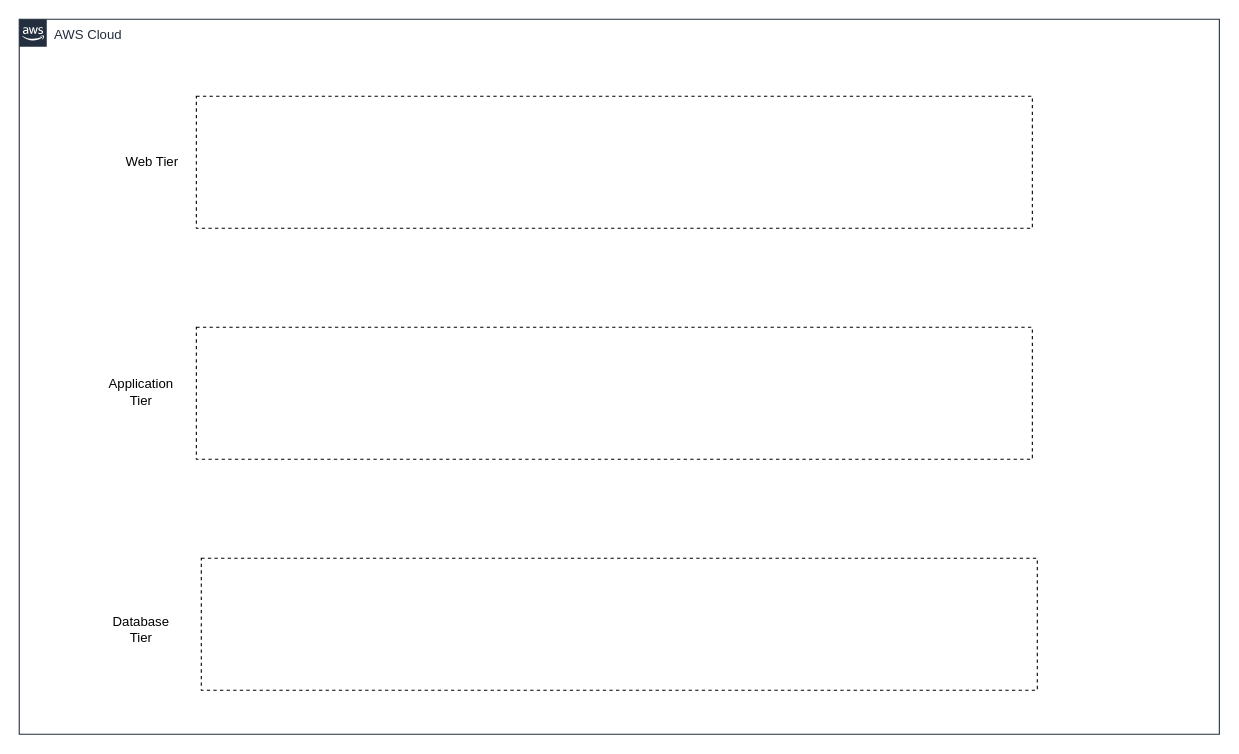
Above: Art Shack.drawio in lukester177/ESOF-322 (draw.io), before the change. Source tidied: cells renumbered, new cells numbered last; positions are measured from the earlier drawing's top-left corner, leaving out a move shared by most shapes. Both pictures are drawn from the tidied source at 110%, with x=0, y=0 at pixel (19, 19).
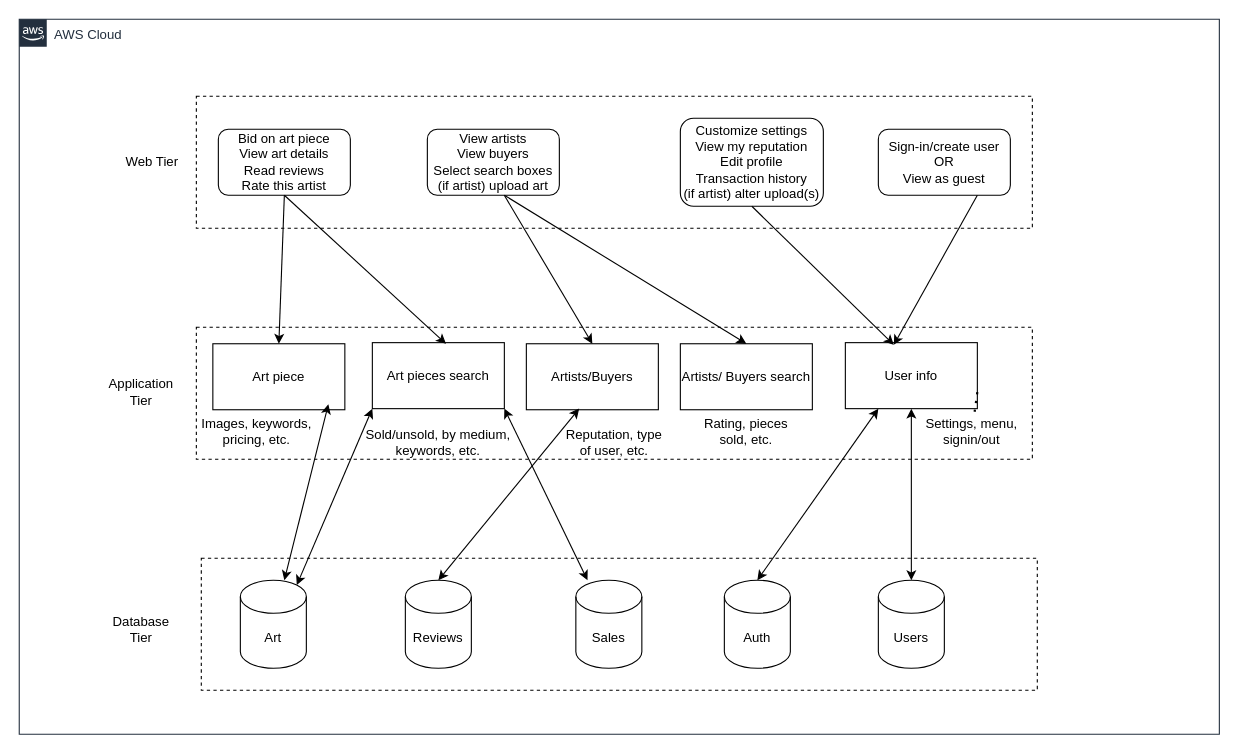
The same page after the edit.

Unchanged cells that the change refers to:
```xml
<mxCell id="2" value="AWS Cloud" style="gradientColor=none;html=1;whiteSpace=wrap;fontSize=12;fontStyle=0;shape=mxgraph.aws4.group;grIcon=mxgraph.aws4.group_aws_cloud_alt;strokeColor=#232F3E;fillColor=none;verticalAlign=top;align=left;spacingLeft=30;fontColor=#232F3E;dashed=0;labelBackgroundColor=#ffffff;" parent="1" vertex="1">
  <mxGeometry width="1091" height="650" as="geometry" />
</mxCell>
<mxCell id="3" style="rounded=0;whiteSpace=wrap;html=1;labelBackgroundColor=none;fillColor=none;dashed=1;" parent="2" vertex="1">
  <mxGeometry x="165.5" y="490" width="760" height="120" as="geometry" />
</mxCell>
<mxCell id="4" style="rounded=0;whiteSpace=wrap;html=1;labelBackgroundColor=none;fillColor=none;dashed=1;" parent="2" vertex="1">
  <mxGeometry x="161" y="280" width="760" height="120" as="geometry" />
</mxCell>
<mxCell id="5" style="rounded=0;whiteSpace=wrap;html=1;labelBackgroundColor=none;fillColor=none;dashed=1;" parent="2" vertex="1">
  <mxGeometry x="161" y="70" width="760" height="120" as="geometry" />
</mxCell>
```

The edit, as a diff of the source:
```diff
@@
+    <mxCell id="9" value="Art" style="shape=cylinder3;whiteSpace=wrap;html=1;boundedLbl=1;backgroundOutline=1;size=15;" parent="3" vertex="1">
+      <mxGeometry x="35.5" y="20" width="60" height="80" as="geometry" />
+    </mxCell>
+    <mxCell id="10" value="Users" style="shape=cylinder3;whiteSpace=wrap;html=1;boundedLbl=1;backgroundOutline=1;size=15;" parent="3" vertex="1">
+      <mxGeometry x="615.5" y="20" width="60" height="80" as="geometry" />
+    </mxCell>
+    <mxCell id="11" value="Sales" style="shape=cylinder3;whiteSpace=wrap;html=1;boundedLbl=1;backgroundOutline=1;size=15;" parent="3" vertex="1">
+      <mxGeometry x="340.5" y="20" width="60" height="80" as="geometry" />
+    </mxCell>
+    <mxCell id="12" value="Reviews" style="shape=cylinder3;whiteSpace=wrap;html=1;boundedLbl=1;backgroundOutline=1;size=15;" parent="3" vertex="1">
+      <mxGeometry x="185.5" y="20" width="60" height="80" as="geometry" />
+    </mxCell>
+    <mxCell id="13" value="Auth" style="shape=cylinder3;whiteSpace=wrap;html=1;boundedLbl=1;backgroundOutline=1;size=15;" parent="3" vertex="1">
+      <mxGeometry x="475.5" y="20" width="60" height="80" as="geometry" />
+    </mxCell>
@@
+    <mxCell id="14" value="Art piece" style="rounded=0;whiteSpace=wrap;html=1;" parent="4" vertex="1">
+      <mxGeometry x="15" y="15" width="120" height="60" as="geometry" />
+    </mxCell>
+    <mxCell id="15" value="Images, keywords, pricing, etc." style="text;html=1;align=center;verticalAlign=middle;whiteSpace=wrap;rounded=0;" parent="4" vertex="1">
+      <mxGeometry y="80" width="110" height="30" as="geometry" />
+    </mxCell>
+    <mxCell id="16" value="Art pieces search" style="rounded=0;whiteSpace=wrap;html=1;" parent="4" vertex="1">
+      <mxGeometry x="160" y="14" width="120" height="60" as="geometry" />
+    </mxCell>
+    <mxCell id="17" value="Sold/unsold, by medium, keywords, etc." style="text;html=1;align=center;verticalAlign=middle;whiteSpace=wrap;rounded=0;" parent="4" vertex="1">
+      <mxGeometry x="150" y="90" width="140" height="30" as="geometry" />
+    </mxCell>
+    <mxCell id="18" value="Artists/Buyers" style="rounded=0;whiteSpace=wrap;html=1;" parent="4" vertex="1">
+      <mxGeometry x="300" y="15" width="120" height="60" as="geometry" />
+    </mxCell>
+    <mxCell id="19" value="Reputation, type of user, etc." style="text;html=1;align=center;verticalAlign=middle;whiteSpace=wrap;rounded=0;" parent="4" vertex="1">
+      <mxGeometry x="335" y="90" width="90" height="30" as="geometry" />
+    </mxCell>
+    <mxCell id="20" value="Artists/ Buyers search" style="rounded=0;whiteSpace=wrap;html=1;" parent="4" vertex="1">
+      <mxGeometry x="440" y="15" width="120" height="60" as="geometry" />
+    </mxCell>
+    <mxCell id="21" value="Rating, pieces sold, etc." style="text;html=1;align=center;verticalAlign=middle;whiteSpace=wrap;rounded=0;" parent="4" vertex="1">
+      <mxGeometry x="455" y="80" width="90" height="30" as="geometry" />
+    </mxCell>
+    <mxCell id="22" value="User info" style="rounded=0;whiteSpace=wrap;html=1;" parent="4" vertex="1">
+      <mxGeometry x="590" y="14" width="120" height="60" as="geometry" />
+    </mxCell>
+    <mxCell id="23" value="Settings, menu, signin/out" style="text;html=1;align=center;verticalAlign=middle;whiteSpace=wrap;rounded=0;" parent="4" vertex="1">
+      <mxGeometry x="660" y="80" width="90" height="30" as="geometry" />
+    </mxCell>
+    <mxCell id="24" style="endArrow=none;dashed=1;html=1;dashPattern=1 3;strokeWidth=2;rounded=0;exitX=1;exitY=0.75;exitDx=0;exitDy=0;" parent="4" edge="1" source="22" target="23">
+      <mxGeometry relative="1" as="geometry" />
+    </mxCell>
@@
+    <mxCell id="25" value="&lt;div&gt;Sign-in/create user&lt;/div&gt;&lt;div&gt;OR&lt;/div&gt;&lt;div&gt;View as guest&lt;br&gt;&lt;/div&gt;" style="rounded=1;whiteSpace=wrap;html=1;" parent="5" vertex="1">
+      <mxGeometry x="620" y="30" width="120" height="60" as="geometry" />
+    </mxCell>
+    <mxCell id="26" value="&lt;div&gt;View artists&lt;/div&gt;&lt;div&gt;View buyers&lt;/div&gt;&lt;div&gt;Select search boxes&lt;/div&gt;&lt;div&gt;(if artist) upload art&lt;br&gt;&lt;/div&gt;" style="rounded=1;whiteSpace=wrap;html=1;" parent="5" vertex="1">
+      <mxGeometry x="210" y="30" width="120" height="60" as="geometry" />
+    </mxCell>
+    <mxCell id="27" value="&lt;div&gt;Customize settings&lt;/div&gt;&lt;div&gt;View my reputation&lt;/div&gt;&lt;div&gt;Edit profile&lt;/div&gt;&lt;div&gt;Transaction history&lt;br&gt;&lt;/div&gt;&lt;div&gt;(if artist) alter upload(s)&lt;br&gt;&lt;/div&gt;" style="rounded=1;whiteSpace=wrap;html=1;" parent="5" vertex="1">
+      <mxGeometry x="440" y="20" width="130" height="80" as="geometry" />
+    </mxCell>
+    <mxCell id="28" value="&lt;div&gt;Bid on art piece&lt;/div&gt;&lt;div&gt;View art details&lt;/div&gt;&lt;div&gt;Read reviews&lt;/div&gt;&lt;div&gt;Rate this artist&lt;br&gt;&lt;/div&gt;" style="rounded=1;whiteSpace=wrap;html=1;" parent="5" vertex="1">
+      <mxGeometry x="20" y="30" width="120" height="60" as="geometry" />
+    </mxCell>
@@
+    <mxCell id="29" style="endArrow=classic;startArrow=classic;html=1;rounded=0;" parent="2" edge="1" source="10" target="22">
+      <mxGeometry relative="1" as="geometry" />
+    </mxCell>
+    <mxCell id="30" style="endArrow=classic;startArrow=classic;html=1;rounded=0;entryX=0.25;entryY=1;entryDx=0;entryDy=0;exitX=0.5;exitY=0;exitDx=0;exitDy=0;exitPerimeter=0;" parent="2" edge="1" source="13" target="22">
+      <mxGeometry relative="1" as="geometry" />
+    </mxCell>
+    <mxCell id="31" style="endArrow=classic;html=1;rounded=0;exitX=0.75;exitY=1;exitDx=0;exitDy=0;entryX=0.367;entryY=0.033;entryDx=0;entryDy=0;entryPerimeter=0;" parent="2" edge="1" source="25" target="22">
+      <mxGeometry relative="1" as="geometry" />
+    </mxCell>
+    <mxCell id="32" style="endArrow=classic;html=1;rounded=0;exitX=0.5;exitY=1;exitDx=0;exitDy=0;entryX=0.5;entryY=0;entryDx=0;entryDy=0;" parent="2" edge="1" source="28" target="14">
+      <mxGeometry relative="1" as="geometry" />
+    </mxCell>
+    <mxCell id="33" style="endArrow=classic;html=1;rounded=0;entryX=0.558;entryY=0.017;entryDx=0;entryDy=0;entryPerimeter=0;exitX=0.5;exitY=1;exitDx=0;exitDy=0;" parent="2" edge="1" source="28" target="16">
+      <mxGeometry relative="1" as="geometry" />
+    </mxCell>
+    <mxCell id="34" style="endArrow=classic;html=1;rounded=0;exitX=0.583;exitY=1;exitDx=0;exitDy=0;exitPerimeter=0;entryX=0.5;entryY=0;entryDx=0;entryDy=0;" parent="2" edge="1" source="26" target="18">
+      <mxGeometry relative="1" as="geometry" />
+    </mxCell>
+    <mxCell id="35" style="endArrow=classic;html=1;rounded=0;exitX=0.5;exitY=1;exitDx=0;exitDy=0;entryX=0.367;entryY=0.033;entryDx=0;entryDy=0;entryPerimeter=0;" parent="2" edge="1" source="27" target="22">
+      <mxGeometry relative="1" as="geometry" />
+    </mxCell>
+    <mxCell id="36" style="endArrow=classic;startArrow=classic;html=1;rounded=0;" parent="2" edge="1" source="9">
+      <mxGeometry relative="1" as="geometry">
+        <mxPoint x="281" y="350" as="targetPoint" />
+      </mxGeometry>
+    </mxCell>
+    <mxCell id="37" style="endArrow=classic;startArrow=classic;html=1;rounded=0;exitX=0.4;exitY=0.983;exitDx=0;exitDy=0;entryX=0.5;entryY=0;entryDx=0;entryDy=0;entryPerimeter=0;exitPerimeter=0;" parent="2" edge="1" source="18" target="12">
+      <mxGeometry relative="1" as="geometry" />
+    </mxCell>
+    <mxCell id="38" style="endArrow=classic;startArrow=classic;html=1;rounded=0;exitX=0;exitY=1;exitDx=0;exitDy=0;entryX=0.855;entryY=0;entryDx=0;entryDy=4.35;entryPerimeter=0;" parent="2" edge="1" source="16" target="9">
+      <mxGeometry relative="1" as="geometry" />
+    </mxCell>
+    <mxCell id="39" style="endArrow=classic;startArrow=classic;html=1;rounded=0;exitX=1;exitY=1;exitDx=0;exitDy=0;" parent="2" edge="1" source="16" target="11">
+      <mxGeometry relative="1" as="geometry" />
+    </mxCell>
+    <mxCell id="40" style="endArrow=classic;html=1;rounded=0;entryX=0.5;entryY=0;entryDx=0;entryDy=0;" parent="1" edge="1" target="20">
+      <mxGeometry relative="1" as="geometry">
+        <mxPoint x="441" y="160" as="sourcePoint" />
+      </mxGeometry>
+    </mxCell>
```
